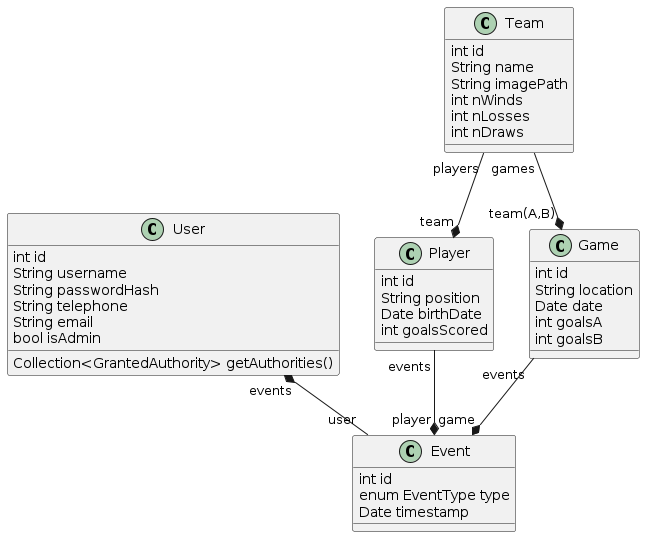
The PlantUML diagram arch/class_diagram.png in PomatoCoCEO/distributed-systems-scoredei, before a commit.
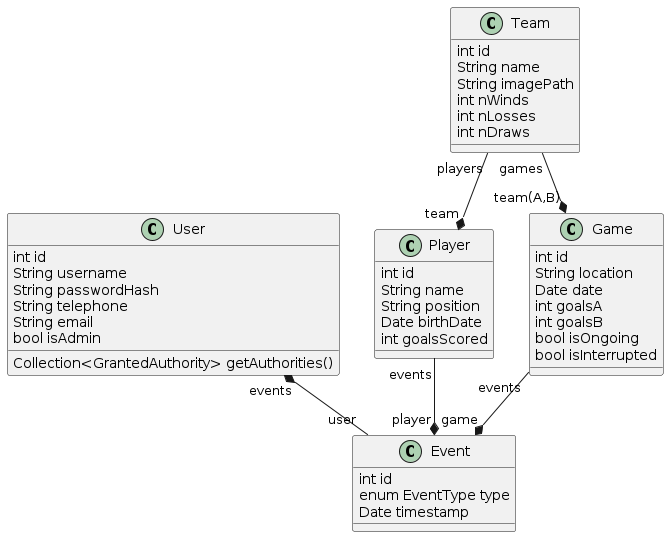
After the commit.

What changed in the source:
```diff
@@ -10,6 +10,7 @@
 }
 class Player {
     int id
+    String name
     String position
     Date birthDate
     int goalsScored
@@ -34,6 +35,8 @@
     Date date
     int goalsA
     int goalsB
+    bool isOngoing
+    bool isInterrupted
 }
 
 User "events" *-- "user" Event
```
